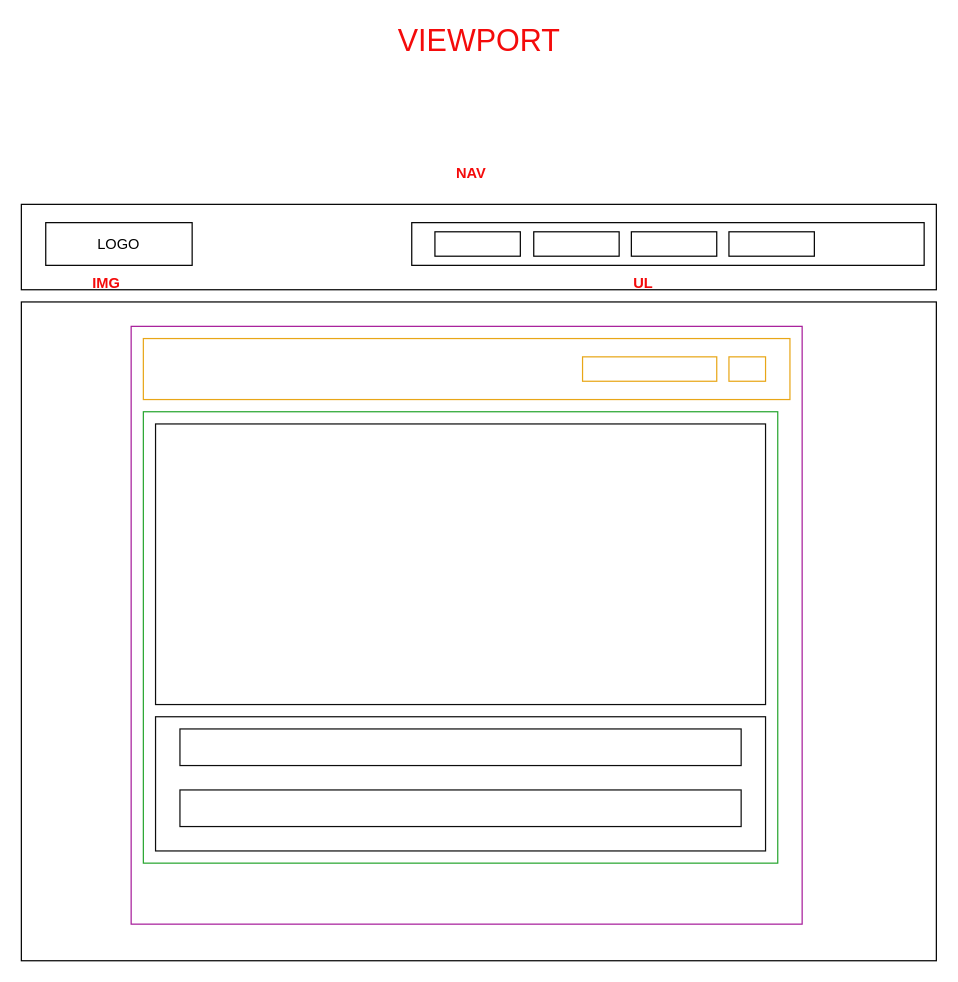
The draw.io diagram 01 HTML Y CSS/05 platzi demo/Diagrama sin título.drawio in ManGuevara/dw2023-1, before the edit. Source tidied: cells renumbered, new cells numbered last; positions are measured from the earlier drawing's top-left corner, leaving out a move shared by most shapes. Both pictures are drawn from the tidied source at 122%, with x=0, y=0 at pixel (21, 21).
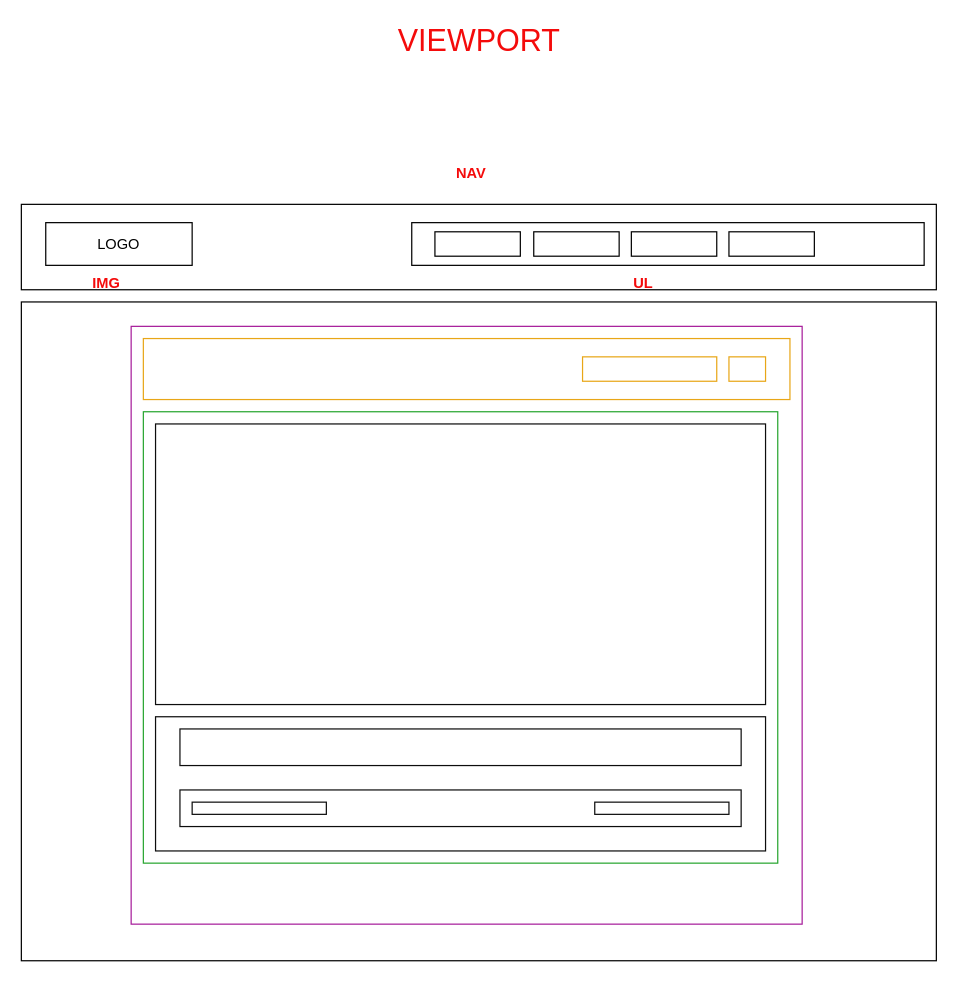
The same page after the edit.

Unchanged cells that the change refers to:
```xml
<mxCell id="20" style="group;" parent="1" vertex="1">
  <mxGeometry x="110" y="570" width="500" height="110" as="geometry" />
</mxCell>
```

The edit, as a diff of the source:
```diff
@@
+    <mxCell id="24" style="rounded=0;whiteSpace=wrap;html=1;strokeColor=#0d0d0d;" parent="20" vertex="1">
+      <mxGeometry x="360" y="70" width="110" height="10" as="geometry" />
+    </mxCell>
+    <mxCell id="25" style="rounded=0;whiteSpace=wrap;html=1;strokeColor=#0d0d0d;" parent="1" vertex="1">
+      <mxGeometry x="140" y="640" width="110" height="10" as="geometry" />
+    </mxCell>
```
